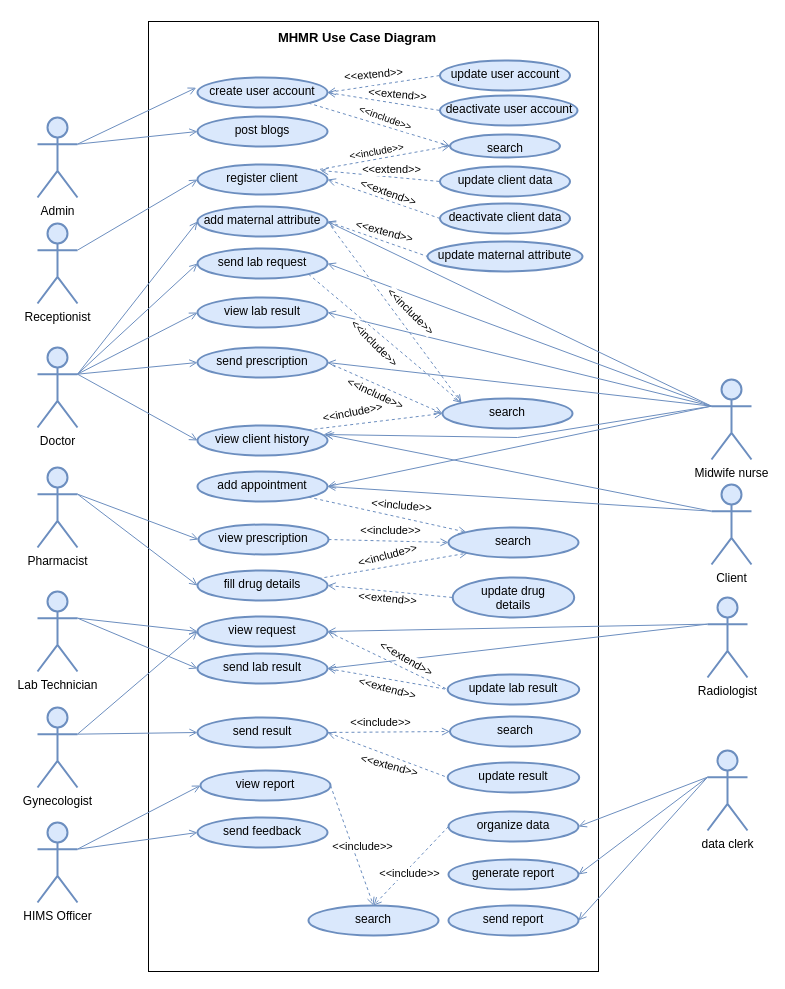
Before: Usecase Diagram.drawio in fasil712/UML_Diagram_Design, a draw.io diagram. Source tidied: cells renumbered, new cells numbered last; positions are measured from the earlier drawing's top-left corner, leaving out a move shared by most shapes. Both pictures are drawn from the tidied source at 100%, with x=0, y=0 at pixel (37, 17).
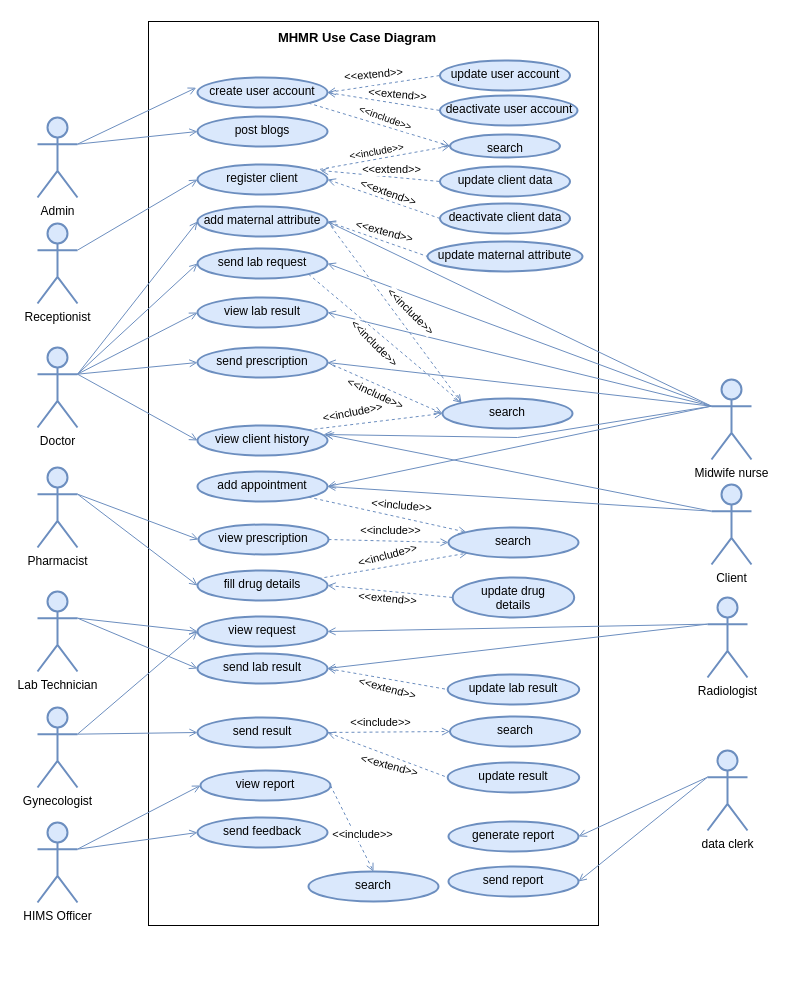
After the change.

Unchanged cells that the change refers to:
```xml
<mxCell id="51" value="data clerk" style="shape=umlActor;verticalLabelPosition=bottom;verticalAlign=top;html=1;outlineConnect=0;strokeWidth=2;fillColor=#dae8fc;strokeColor=#6c8ebf;" parent="1" vertex="1">
  <mxGeometry x="670" y="733" width="40" height="80" as="geometry" />
</mxCell>
<mxCell id="56" value="update lab result" style="ellipse;whiteSpace=wrap;html=1;verticalAlign=top;strokeWidth=2;fillColor=#dae8fc;strokeColor=#6c8ebf;" parent="1" vertex="1">
  <mxGeometry x="410.2" y="657" width="131.5" height="30" as="geometry" />
</mxCell>
<mxCell id="80" value="view request" style="ellipse;whiteSpace=wrap;html=1;verticalAlign=top;strokeWidth=2;fillColor=#dae8fc;strokeColor=#6c8ebf;" parent="1" vertex="1">
  <mxGeometry x="160" y="599" width="130" height="30" as="geometry" />
</mxCell>
```

Change to the diagram source:
```diff
@@
     <mxCell id="2" style="rounded=0;whiteSpace=wrap;html=1;strokeWidth=1;" parent="1" vertex="1">
-      <mxGeometry x="111" y="4" width="450" height="950" as="geometry" />
+      <mxGeometry x="111" y="4" width="450" height="904" as="geometry" />
     </mxCell>
@@
     <mxCell id="50" value="generate report" style="ellipse;whiteSpace=wrap;html=1;verticalAlign=top;strokeWidth=2;fillColor=#dae8fc;strokeColor=#6c8ebf;" parent="1" vertex="1">
-      <mxGeometry x="411" y="842" width="130" height="30" as="geometry" />
+      <mxGeometry x="411" y="804" width="130" height="30" as="geometry" />
     </mxCell>
@@
     <mxCell id="63" value="send report" style="ellipse;whiteSpace=wrap;html=1;verticalAlign=top;strokeWidth=2;fillColor=#dae8fc;strokeColor=#6c8ebf;" parent="1" vertex="1">
-      <mxGeometry x="411" y="888" width="130" height="30" as="geometry" />
+      <mxGeometry x="411" y="849" width="130" height="30" as="geometry" />
     </mxCell>
@@
     <mxCell id="87" value="search" style="ellipse;whiteSpace=wrap;html=1;verticalAlign=top;strokeWidth=2;fillColor=#dae8fc;strokeColor=#6c8ebf;" parent="1" vertex="1">
-      <mxGeometry x="271" y="888" width="130" height="30" as="geometry" />
+      <mxGeometry x="271" y="854" width="130" height="30" as="geometry" />
     </mxCell>
-    <mxCell id="88" value="organize data" style="ellipse;whiteSpace=wrap;html=1;verticalAlign=top;strokeWidth=2;fillColor=#dae8fc;strokeColor=#6c8ebf;" parent="1" vertex="1">
-      <mxGeometry x="411" y="794" width="130" height="30" as="geometry" />
-    </mxCell>
-    <mxCell id="89" style="rounded=0;jettySize=auto;html=1;endArrow=open;endFill=0;strokeWidth=1;fillColor=#dae8fc;strokeColor=#6c8ebf;entryX=1;entryY=0.5;entryDx=0;entryDy=0;exitX=0;exitY=0.3333333333333333;exitDx=0;exitDy=0;exitPerimeter=0;" parent="1" edge="1" source="51" target="88">
-      <mxGeometry relative="1" as="geometry" />
-    </mxCell>
@@
-    <mxCell id="110" style="rounded=0;jettySize=auto;html=1;endArrow=open;endFill=0;strokeWidth=1;fillColor=#dae8fc;strokeColor=#6c8ebf;exitX=0;exitY=0.5;exitDx=0;exitDy=0;dashed=1;entryX=0.5;entryY=0;entryDx=0;entryDy=0;" parent="1" edge="1" source="88" target="87">
-      <mxGeometry relative="1" as="geometry" />
-    </mxCell>
-    <mxCell id="111" value="&amp;lt;&amp;lt;include&amp;gt;&amp;gt;" style="edgeLabel;html=1;align=center;verticalAlign=middle;" parent="110" vertex="1">
-      <mxGeometry x="-0.24" y="-1" relative="1" as="geometry">
-        <mxPoint x="-11" y="17" as="offset" />
-      </mxGeometry>
-    </mxCell>
@@
-    <mxCell id="115" style="rounded=0;jettySize=auto;html=1;endArrow=none;endFill=0;strokeWidth=1;fillColor=#dae8fc;strokeColor=#6c8ebf;exitX=1;exitY=0.5;exitDx=0;exitDy=0;dashed=1;entryX=0;entryY=0.5;entryDx=0;entryDy=0;startArrow=open;startFill=0;" parent="1" edge="1" source="80" target="56">
-      <mxGeometry relative="1" as="geometry" />
-    </mxCell>
-    <mxCell id="116" value="&amp;lt;&amp;lt;extend&amp;gt;&amp;gt;" style="edgeLabel;html=1;align=center;verticalAlign=middle;rotation=30;" parent="115" vertex="1">
-      <mxGeometry x="-0.24" y="-1" relative="1" as="geometry">
-        <mxPoint x="33" y="3" as="offset" />
-      </mxGeometry>
-    </mxCell>
```
